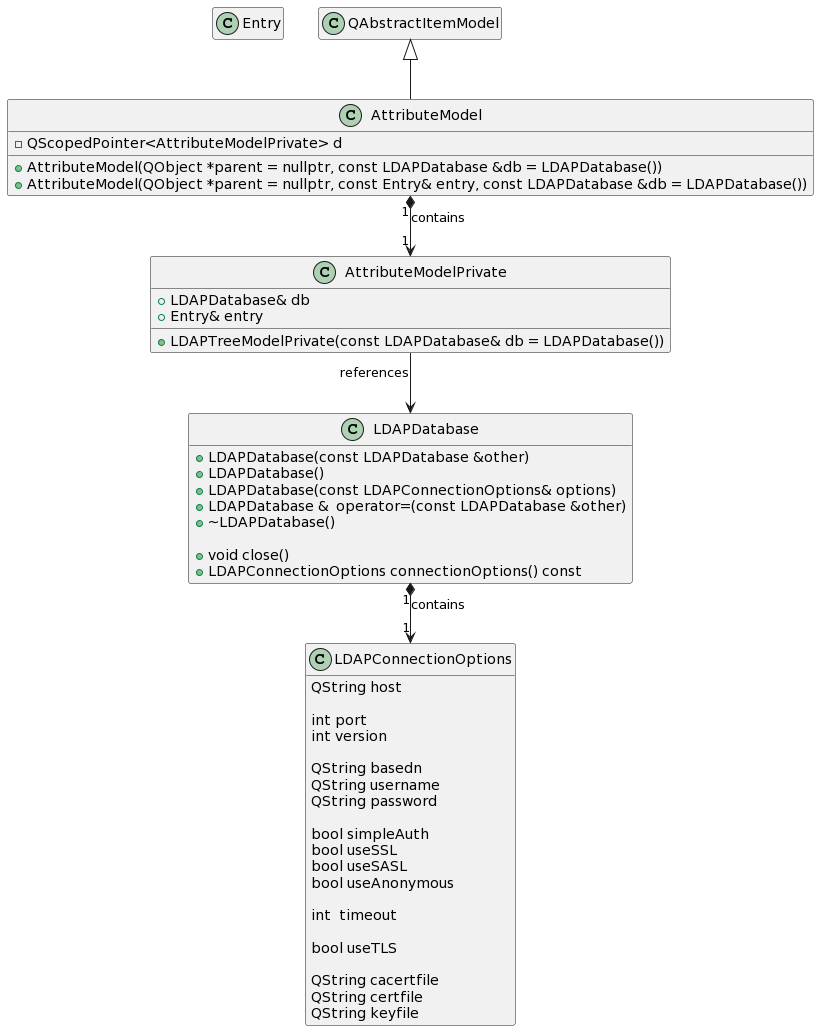
august-alt/libqtldap-design keeps this PlantUML diagram as docs/attributes-class-diagram.png. Above is the earlier version.
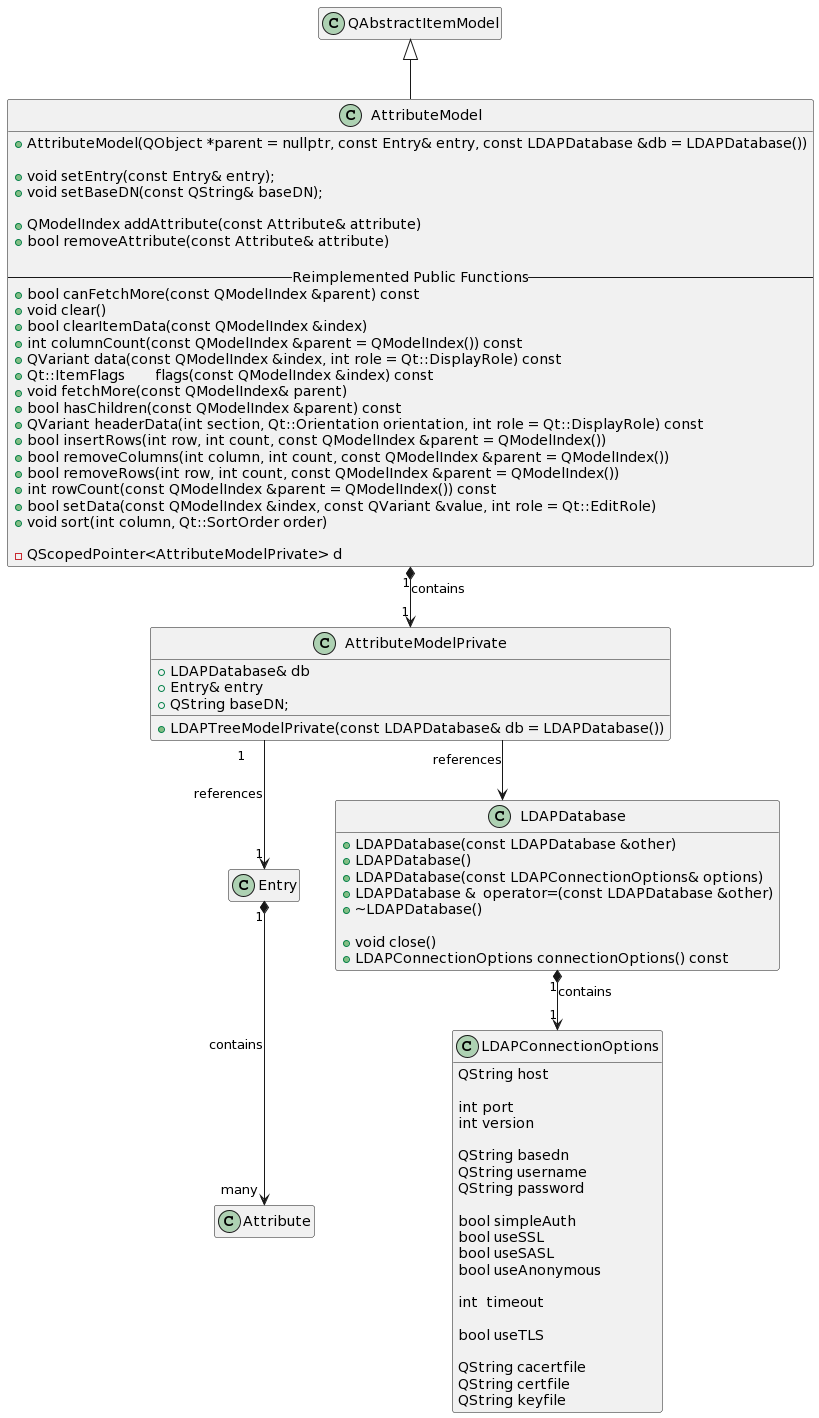
The same diagram one commit later.

Commit message:
feat: add base methods to attributes model

What changed in the source:
```diff
@@ -3,6 +3,8 @@
 skinparam linetype ortho
 
 class Entry
+
+class Attribute
 
 class LDAPConnectionOptions
 {
@@ -45,14 +47,37 @@
 {
 + LDAPDatabase& db
 + Entry& entry
++ QString baseDN;
 
 + LDAPTreeModelPrivate(const LDAPDatabase& db = LDAPDatabase())
 }
 
 class AttributeModel extends QAbstractItemModel
 {
-+ AttributeModel(QObject *parent = nullptr, const LDAPDatabase &db = LDAPDatabase())
 + AttributeModel(QObject *parent = nullptr, const Entry& entry, const LDAPDatabase &db = LDAPDatabase())
+
++ void setEntry(const Entry& entry);
++ void setBaseDN(const QString& baseDN);
+
++ QModelIndex addAttribute(const Attribute& attribute)
++ bool removeAttribute(const Attribute& attribute)
+
+-- Reimplemented Public Functions --
++ bool canFetchMore(const QModelIndex &parent) const
++ void clear()
++ bool clearItemData(const QModelIndex &index)
++ int columnCount(const QModelIndex &parent = QModelIndex()) const
++ QVariant data(const QModelIndex &index, int role = Qt::DisplayRole) const
++ Qt::ItemFlags	flags(const QModelIndex &index) const
++ void fetchMore(const QModelIndex& parent)
++ bool hasChildren(const QModelIndex &parent) const
++ QVariant headerData(int section, Qt::Orientation orientation, int role = Qt::DisplayRole) const
++ bool insertRows(int row, int count, const QModelIndex &parent = QModelIndex())
++ bool removeColumns(int column, int count, const QModelIndex &parent = QModelIndex())
++ bool removeRows(int row, int count, const QModelIndex &parent = QModelIndex())
++ int rowCount(const QModelIndex &parent = QModelIndex()) const
++ bool setData(const QModelIndex &index, const QVariant &value, int role = Qt::EditRole)
++ void sort(int column, Qt::SortOrder order)
 
 - QScopedPointer<AttributeModelPrivate> d
 }
@@ -62,4 +87,8 @@
 AttributeModelPrivate --> LDAPDatabase : references
 
 LDAPDatabase "1" *--> "1" LDAPConnectionOptions : contains
+
+Entry "many" *--> "1" Attribute : contains
+
+AttributeModelPrivate "1" --> "1" Entry : references
 @enduml
```
